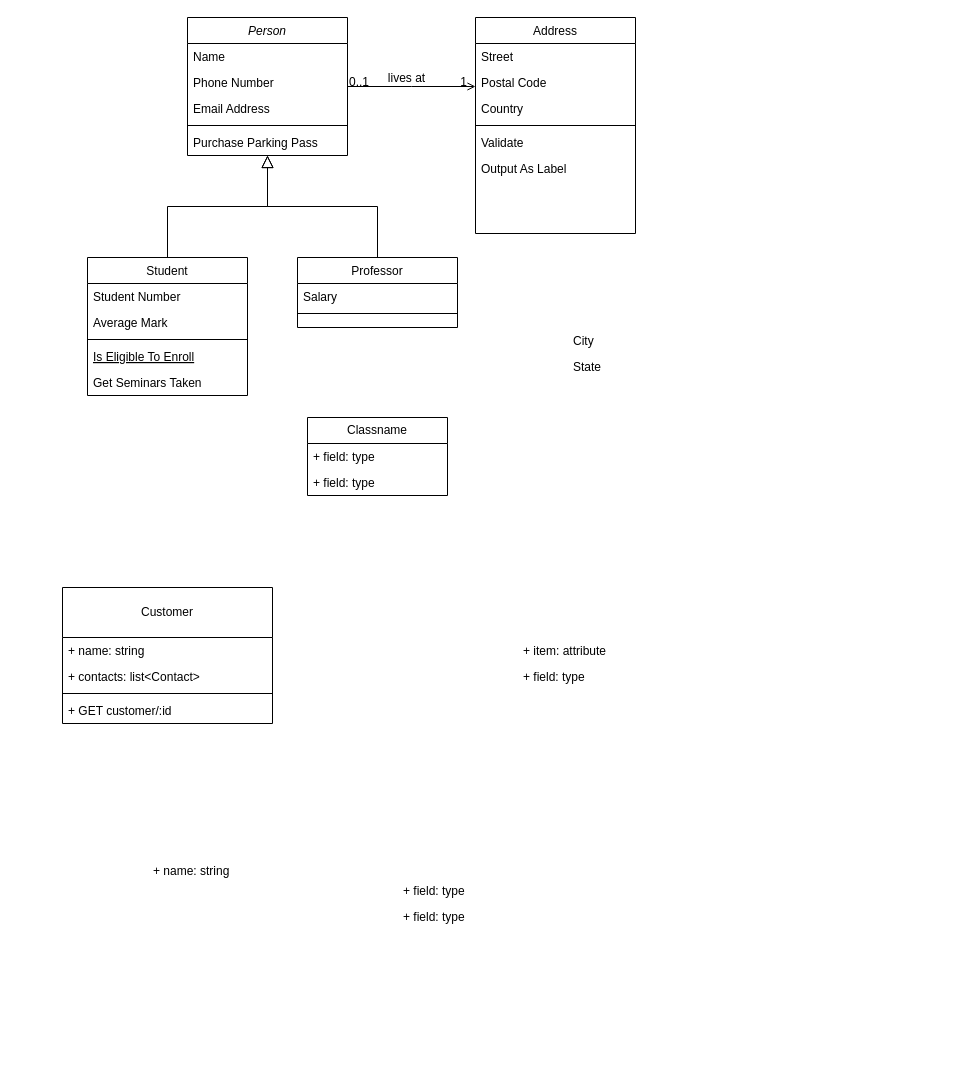
Earlier version of the draw.io diagram Untitled Diagram.drawio (kubiak-calpoly/csc307-team-project). Source tidied: cells renumbered, new cells numbered last; positions are measured from the earlier drawing's top-left corner, leaving out a move shared by most shapes. Both pictures are drawn from the tidied source at 100%, with x=0, y=0 at pixel (62, 17).
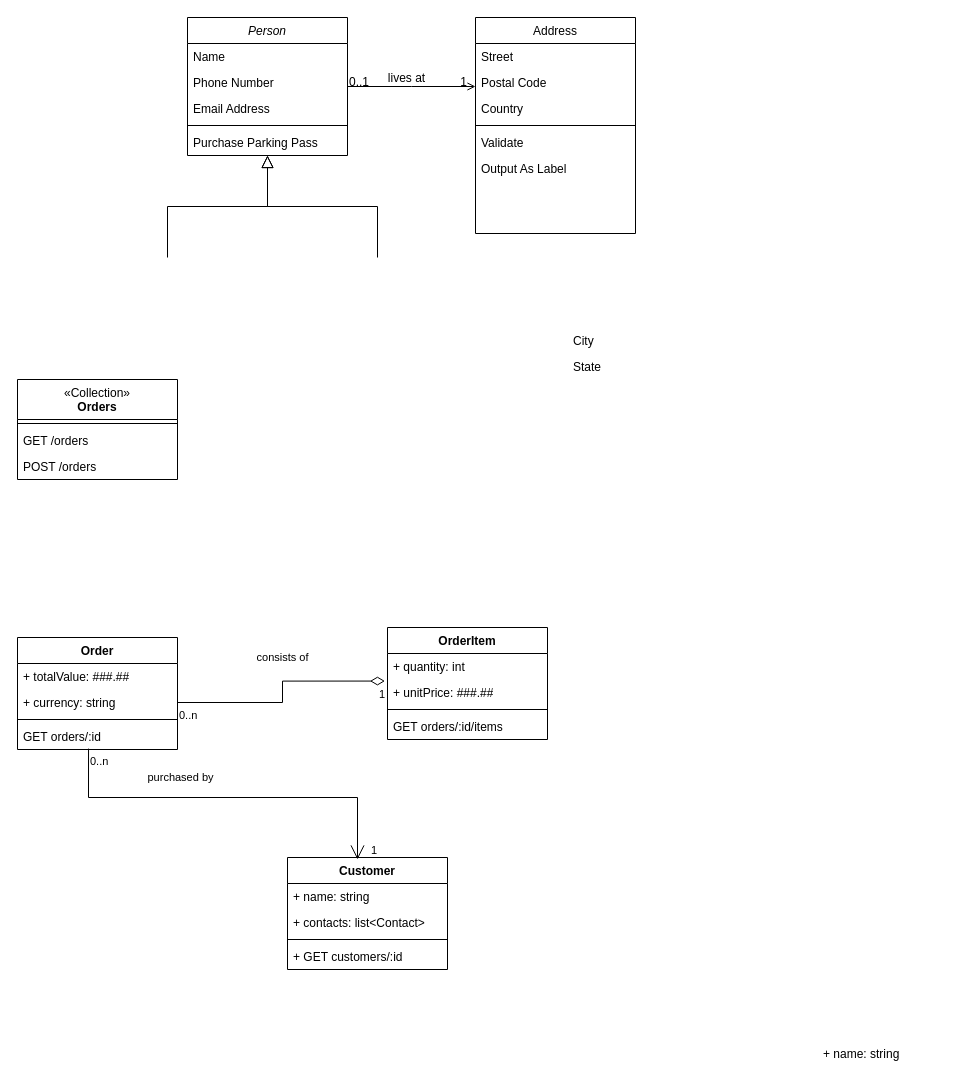
After the change.

The change refers to these unchanged cells:
```xml
<mxCell id="2" value="Person" style="swimlane;fontStyle=2;align=center;verticalAlign=top;horizontal=1;startSize=26;rounded=0;shadow=0;strokeWidth=1;" parent="1" vertex="1">
  <mxGeometry x="125" width="160" height="138" as="geometry" />
</mxCell>
```

Diff of the diagram source:
```diff
@@
-    <mxCell id="8" value="Student" style="swimlane;fontStyle=0;align=center;verticalAlign=top;horizontal=1;startSize=26;rounded=0;shadow=0;strokeWidth=1;" parent="1" vertex="1">
-      <mxGeometry x="25" y="240" width="160" height="138" as="geometry" />
-    </mxCell>
-    <mxCell id="9" value="Student Number" style="text;align=left;verticalAlign=top;spacingLeft=4;spacingRight=4;overflow=hidden;" parent="8" vertex="1">
-      <mxGeometry y="26" width="160" height="26" as="geometry" />
-    </mxCell>
-    <mxCell id="10" value="Average Mark" style="text;align=left;verticalAlign=top;spacingLeft=4;spacingRight=4;overflow=hidden;rounded=0;shadow=0;html=0;" parent="8" vertex="1">
-      <mxGeometry y="52" width="160" height="26" as="geometry" />
-    </mxCell>
-    <mxCell id="11" style="line;html=1;strokeWidth=1;align=left;verticalAlign=middle;spacingTop=-1;spacingLeft=3;spacingRight=3;labelPosition=right;" parent="8" vertex="1">
-      <mxGeometry y="78" width="160" height="8" as="geometry" />
-    </mxCell>
-    <mxCell id="12" value="Is Eligible To Enroll" style="text;align=left;verticalAlign=top;spacingLeft=4;spacingRight=4;overflow=hidden;fontStyle=4;" parent="8" vertex="1">
-      <mxGeometry y="86" width="160" height="26" as="geometry" />
-    </mxCell>
-    <mxCell id="13" value="Get Seminars Taken" style="text;align=left;verticalAlign=top;spacingLeft=4;spacingRight=4;overflow=hidden;" parent="8" vertex="1">
-      <mxGeometry y="112" width="160" height="26" as="geometry" />
-    </mxCell>
-    <mxCell id="14" style="endArrow=block;endSize=10;endFill=0;shadow=0;strokeWidth=1;rounded=0;edgeStyle=elbowEdgeStyle;elbow=vertical;" parent="1" edge="1" source="8" target="2">
-      <mxGeometry relative="1" as="geometry" />
+    <mxCell id="14" style="endArrow=block;endSize=10;endFill=0;shadow=0;strokeWidth=1;rounded=0;edgeStyle=elbowEdgeStyle;elbow=vertical;" parent="1" edge="1" target="2">
+      <mxGeometry relative="1" as="geometry">
+        <mxPoint x="105" y="240" as="sourcePoint" />
+      </mxGeometry>
     </mxCell>
-    <mxCell id="15" value="Professor" style="swimlane;fontStyle=0;align=center;verticalAlign=top;horizontal=1;startSize=26;rounded=0;shadow=0;strokeWidth=1;" parent="1" vertex="1">
-      <mxGeometry x="235" y="240" width="160" height="70" as="geometry" />
-    </mxCell>
-    <mxCell id="16" value="Salary" style="text;align=left;verticalAlign=top;spacingLeft=4;spacingRight=4;overflow=hidden;" parent="15" vertex="1">
-      <mxGeometry y="26" width="160" height="26" as="geometry" />
-    </mxCell>
-    <mxCell id="17" style="line;html=1;strokeWidth=1;align=left;verticalAlign=middle;spacingTop=-1;spacingLeft=3;spacingRight=3;labelPosition=right;" parent="15" vertex="1">
-      <mxGeometry y="52" width="160" height="8" as="geometry" />
-    </mxCell>
-    <mxCell id="18" style="endArrow=block;endSize=10;endFill=0;shadow=0;strokeWidth=1;rounded=0;edgeStyle=elbowEdgeStyle;elbow=vertical;" parent="1" edge="1" source="15" target="2">
-      <mxGeometry relative="1" as="geometry" />
+    <mxCell id="18" style="endArrow=block;endSize=10;endFill=0;shadow=0;strokeWidth=1;rounded=0;edgeStyle=elbowEdgeStyle;elbow=vertical;" parent="1" edge="1" target="2">
+      <mxGeometry relative="1" as="geometry">
+        <mxPoint x="315" y="240" as="sourcePoint" />
+      </mxGeometry>
     </mxCell>
@@
-    <mxCell id="32" value="Classname" style="swimlane;fontStyle=0;horizontal=1;startSize=26;fillColor=none;whiteSpace=wrap;html=1;" parent="1" vertex="1">
-      <mxGeometry x="245" y="400" width="140" height="78" as="geometry" />
-    </mxCell>
-    <mxCell id="33" value="+ field: type" style="text;strokeColor=none;fillColor=none;align=left;verticalAlign=top;spacingLeft=4;spacingRight=4;overflow=hidden;whiteSpace=wrap;html=1;" parent="32" vertex="1">
-      <mxGeometry y="26" width="140" height="26" as="geometry" />
-    </mxCell>
-    <mxCell id="34" value="+ field: type" style="text;strokeColor=none;fillColor=none;align=left;verticalAlign=top;spacingLeft=4;spacingRight=4;overflow=hidden;whiteSpace=wrap;html=1;" parent="32" vertex="1">
-      <mxGeometry y="52" width="140" height="26" as="geometry" />
-    </mxCell>
+    <mxCell id="44" value="+ name: string" style="text;strokeColor=none;fillColor=none;align=left;verticalAlign=top;spacingLeft=4;spacingRight=4;overflow=hidden;whiteSpace=wrap;html=1;" parent="1" vertex="1">
+      <mxGeometry x="755" y="1023" width="140" height="26" as="geometry" />
+    </mxCell>
+    <mxCell id="45" value="Order" style="swimlane;fontStyle=1;align=center;verticalAlign=top;horizontal=1;startSize=26;whiteSpace=wrap;html=1;" parent="1" vertex="1">
+      <mxGeometry x="-45" y="620" width="160" height="112" as="geometry" />
+    </mxCell>
+    <mxCell id="46" value="+ totalValue: ###.##" style="text;strokeColor=none;fillColor=none;align=left;verticalAlign=top;spacingLeft=4;spacingRight=4;overflow=hidden;whiteSpace=wrap;html=1;" parent="45" vertex="1">
+      <mxGeometry y="26" width="160" height="26" as="geometry" />
+    </mxCell>
+    <mxCell id="47" value="+ currency: string" style="text;strokeColor=none;fillColor=none;align=left;verticalAlign=top;spacingLeft=4;spacingRight=4;overflow=hidden;points=[[0,0.5],[1,0.5]];portConstraint=eastwest;whiteSpace=wrap;html=1;" parent="45" vertex="1">
+      <mxGeometry y="52" width="160" height="26" as="geometry" />
+    </mxCell>
+    <mxCell id="48" style="line;strokeWidth=1;fillColor=none;align=left;verticalAlign=middle;spacingTop=-1;spacingLeft=3;spacingRight=3;labelPosition=right;strokeColor=inherit;" parent="45" vertex="1">
+      <mxGeometry y="78" width="160" height="8" as="geometry" />
+    </mxCell>
+    <mxCell id="49" value="GET orders/:id" style="text;strokeColor=none;fillColor=none;align=left;verticalAlign=top;spacingLeft=4;spacingRight=4;overflow=hidden;points=[[0,0.5],[1,0.5]];portConstraint=eastwest;whiteSpace=wrap;html=1;" parent="45" vertex="1">
+      <mxGeometry y="86" width="160" height="26" as="geometry" />
+    </mxCell>
-    <mxCell id="35" value="Customer" style="swimlane;fontStyle=0;horizontal=1;startSize=50;fillColor=none;whiteSpace=wrap;html=1;" parent="1" vertex="1">
-      <mxGeometry y="570" width="210" height="136" as="geometry" />
+    <mxCell id="35" value="Customer" style="swimlane;fontStyle=1;align=center;verticalAlign=top;horizontal=1;startSize=26;whiteSpace=wrap;html=1;" parent="1" vertex="1">
+      <mxGeometry x="225" y="840" width="160" height="112" as="geometry" />
     </mxCell>
     <mxCell id="36" value="+ name: string" style="text;strokeColor=none;fillColor=none;align=left;verticalAlign=top;spacingLeft=4;spacingRight=4;overflow=hidden;whiteSpace=wrap;html=1;" parent="35" vertex="1">
-      <mxGeometry y="50" width="210" height="26" as="geometry" />
+      <mxGeometry y="26" width="160" height="26" as="geometry" />
     </mxCell>
     <mxCell id="37" value="+ contacts: list&amp;lt;Contact&amp;gt;" style="text;strokeColor=none;fillColor=none;align=left;verticalAlign=top;spacingLeft=4;spacingRight=4;overflow=hidden;whiteSpace=wrap;html=1;" parent="35" vertex="1">
-      <mxGeometry y="76" width="210" height="26" as="geometry" />
+      <mxGeometry y="52" width="160" height="26" as="geometry" />
     </mxCell>
-    <mxCell id="38" style="line;strokeWidth=1;fillColor=none;align=left;verticalAlign=middle;spacingTop=-1;spacingLeft=3;spacingRight=3;labelPosition=right;strokeColor=inherit;" parent="35" vertex="1">
-      <mxGeometry y="102" width="210" height="8" as="geometry" />
-    </mxCell>
+    <mxCell id="50" style="line;strokeWidth=1;fillColor=none;align=left;verticalAlign=middle;spacingTop=-1;spacingLeft=3;spacingRight=3;labelPosition=right;strokeColor=inherit;" parent="35" vertex="1">
+      <mxGeometry y="78" width="160" height="8" as="geometry" />
+    </mxCell>
-    <mxCell id="39" value="+ GET customer/:id" style="text;strokeColor=none;fillColor=none;align=left;verticalAlign=top;spacingLeft=4;spacingRight=4;overflow=hidden;whiteSpace=wrap;html=1;" parent="35" vertex="1">
-      <mxGeometry y="110" width="210" height="26" as="geometry" />
+    <mxCell id="39" value="+ GET customers/:id" style="text;strokeColor=none;fillColor=none;align=left;verticalAlign=top;spacingLeft=4;spacingRight=4;overflow=hidden;whiteSpace=wrap;html=1;" parent="35" vertex="1">
+      <mxGeometry y="86" width="160" height="26" as="geometry" />
     </mxCell>
-    <mxCell id="40" value="+ item: attribute" style="text;strokeColor=none;fillColor=none;align=left;verticalAlign=top;spacingLeft=4;spacingRight=4;overflow=hidden;whiteSpace=wrap;html=1;" parent="1" vertex="1">
-      <mxGeometry x="455" y="620" width="140" height="26" as="geometry" />
-    </mxCell>
-    <mxCell id="41" value="+ field: type" style="text;strokeColor=none;fillColor=none;align=left;verticalAlign=top;spacingLeft=4;spacingRight=4;overflow=hidden;whiteSpace=wrap;html=1;" parent="1" vertex="1">
-      <mxGeometry x="455" y="646" width="140" height="26" as="geometry" />
-    </mxCell>
-    <mxCell id="42" value="+ field: type" style="text;strokeColor=none;fillColor=none;align=left;verticalAlign=top;spacingLeft=4;spacingRight=4;overflow=hidden;whiteSpace=wrap;html=1;" parent="1" vertex="1">
-      <mxGeometry x="335" y="860" width="140" height="26" as="geometry" />
-    </mxCell>
-    <mxCell id="43" value="+ field: type" style="text;strokeColor=none;fillColor=none;align=left;verticalAlign=top;spacingLeft=4;spacingRight=4;overflow=hidden;whiteSpace=wrap;html=1;" parent="1" vertex="1">
-      <mxGeometry x="335" y="886" width="140" height="26" as="geometry" />
-    </mxCell>
-    <mxCell id="44" value="+ name: string" style="text;strokeColor=none;fillColor=none;align=left;verticalAlign=top;spacingLeft=4;spacingRight=4;overflow=hidden;whiteSpace=wrap;html=1;" parent="1" vertex="1">
-      <mxGeometry x="85" y="840" width="140" height="26" as="geometry" />
-    </mxCell>
+    <mxCell id="51" value="purchased by" style="endArrow=open;html=1;endSize=12;startArrow=none;startSize=14;startFill=0;edgeStyle=orthogonalEdgeStyle;rounded=0;exitX=0.444;exitY=0.967;exitDx=0;exitDy=0;exitPerimeter=0;" parent="1" edge="1" source="49">
+      <mxGeometry x="-0.26" y="20" relative="1" as="geometry">
+        <mxPoint x="295" y="842" as="targetPoint" />
+        <Array as="points">
+          <mxPoint x="26" y="780" />
+          <mxPoint x="295" y="780" />
+          <mxPoint x="295" y="842" />
+        </Array>
+      </mxGeometry>
+    </mxCell>
+    <mxCell id="52" value="0..n" style="edgeLabel;html=1;align=left;verticalAlign=top;" parent="51" vertex="1">
+      <mxGeometry x="-1" relative="1" as="geometry" />
+    </mxCell>
+    <mxCell id="53" value="1" style="edgeLabel;html=1;align=right;verticalAlign=top;" parent="51" vertex="1">
+      <mxGeometry x="1" relative="1" as="geometry">
+        <mxPoint x="20" y="-22" as="offset" />
+      </mxGeometry>
+    </mxCell>
+    <mxCell id="54" value="OrderItem" style="swimlane;fontStyle=1;align=center;verticalAlign=top;horizontal=1;startSize=26;whiteSpace=wrap;html=1;" parent="1" vertex="1">
+      <mxGeometry x="325" y="610" width="160" height="112" as="geometry" />
+    </mxCell>
+    <mxCell id="55" value="+ quantity: int" style="text;strokeColor=none;fillColor=none;align=left;verticalAlign=top;spacingLeft=4;spacingRight=4;overflow=hidden;whiteSpace=wrap;html=1;" parent="54" vertex="1">
+      <mxGeometry y="26" width="160" height="26" as="geometry" />
+    </mxCell>
+    <mxCell id="56" value="+ unitPrice: ###.##" style="text;strokeColor=none;fillColor=none;align=left;verticalAlign=top;spacingLeft=4;spacingRight=4;overflow=hidden;points=[[0,0.5],[1,0.5]];portConstraint=eastwest;whiteSpace=wrap;html=1;" parent="54" vertex="1">
+      <mxGeometry y="52" width="160" height="26" as="geometry" />
+    </mxCell>
+    <mxCell id="57" style="line;strokeWidth=1;fillColor=none;align=left;verticalAlign=middle;spacingTop=-1;spacingLeft=3;spacingRight=3;labelPosition=right;strokeColor=inherit;" parent="54" vertex="1">
+      <mxGeometry y="78" width="160" height="8" as="geometry" />
+    </mxCell>
+    <mxCell id="58" value="GET orders/:id/items" style="text;strokeColor=none;fillColor=none;align=left;verticalAlign=top;spacingLeft=4;spacingRight=4;overflow=hidden;whiteSpace=wrap;html=1;" parent="54" vertex="1">
+      <mxGeometry y="86" width="160" height="26" as="geometry" />
+    </mxCell>
+    <mxCell id="59" value="consists of" style="endArrow=diamondThin;html=1;endSize=12;startArrow=none;startSize=14;startFill=0;edgeStyle=orthogonalEdgeStyle;rounded=0;exitX=1;exitY=0.5;exitDx=0;exitDy=0;entryX=-0.016;entryY=0.06;entryDx=0;entryDy=0;entryPerimeter=0;endFill=0;" parent="1" edge="1" source="47" target="56">
+      <mxGeometry x="0.1" y="24" relative="1" as="geometry" />
+    </mxCell>
+    <mxCell id="60" value="0..n" style="edgeLabel;html=1;align=left;verticalAlign=top;" parent="59" vertex="1">
+      <mxGeometry x="-1" relative="1" as="geometry" />
+    </mxCell>
+    <mxCell id="61" value="1" style="edgeLabel;html=1;align=right;verticalAlign=top;" parent="59" vertex="1">
+      <mxGeometry x="1" relative="1" as="geometry" />
+    </mxCell>
+    <mxCell id="62" value="&lt;span style=&quot;font-weight: normal;&quot;&gt;«Collection»&lt;br style=&quot;border-color: var(--border-color);&quot;&gt;&lt;/span&gt;Orders" style="swimlane;fontStyle=1;align=center;verticalAlign=top;horizontal=1;startSize=40;whiteSpace=wrap;html=1;" parent="1" vertex="1">
+      <mxGeometry x="-45" y="362" width="160" height="100" as="geometry" />
+    </mxCell>
+    <mxCell id="63" style="line;strokeWidth=1;fillColor=none;align=left;verticalAlign=middle;spacingTop=-1;spacingLeft=3;spacingRight=3;labelPosition=right;strokeColor=inherit;" parent="62" vertex="1">
+      <mxGeometry y="40" width="160" height="8" as="geometry" />
+    </mxCell>
+    <mxCell id="64" value="GET /orders" style="text;strokeColor=none;fillColor=none;align=left;verticalAlign=top;spacingLeft=4;spacingRight=4;overflow=hidden;whiteSpace=wrap;html=1;" parent="62" vertex="1">
+      <mxGeometry y="48" width="160" height="26" as="geometry" />
+    </mxCell>
+    <mxCell id="65" value="POST /orders" style="text;strokeColor=none;fillColor=none;align=left;verticalAlign=top;spacingLeft=4;spacingRight=4;overflow=hidden;whiteSpace=wrap;html=1;" parent="62" vertex="1">
+      <mxGeometry y="74" width="160" height="26" as="geometry" />
+    </mxCell>
```
